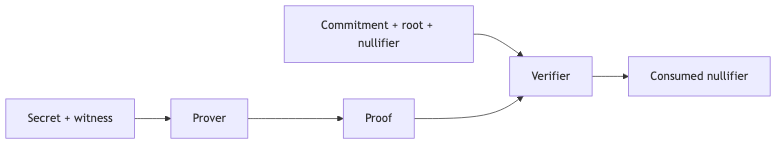
The Mermaid diagram notes/images/privacy-flow.png in corelia-academy/solana-bootcamp, before a commit. Its source is kept beside it as notes/images/privacy-flow.mmd. Its diagram source:
```mermaid
flowchart LR
  Secret[Secret + witness] --> Prover
  Prover --> Proof[Proof]
  Public[Commitment + root + nullifier] --> Verifier
  Proof --> Verifier
  Verifier --> Used[Consumed nullifier]
```
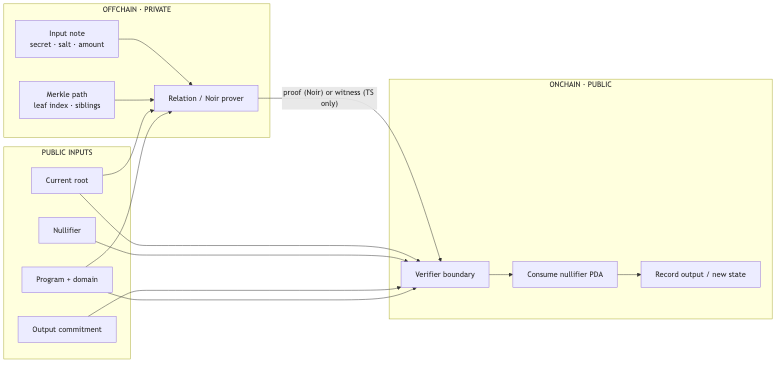
After the change.

The edit, as a diff of the source:
```diff
@@ -1,6 +1,30 @@
 flowchart LR
-  Secret[Secret + witness] --> Prover
-  Prover --> Proof[Proof]
-  Public[Commitment + root + nullifier] --> Verifier
-  Proof --> Verifier
-  Verifier --> Used[Consumed nullifier]
+  subgraph OFF["OFFCHAIN · PRIVATE"]
+    N["Input note<br/>secret · salt · amount"]
+    P["Merkle path<br/>leaf index · siblings"]
+    PROVER["Relation / Noir prover"]
+    N --> PROVER
+    P --> PROVER
+  end
+
+  subgraph PUBLIC["PUBLIC INPUTS"]
+    ROOT["Current root"]
+    NF["Nullifier"]
+    OUT["Output commitment"]
+    DOMAIN["Program + domain"]
+  end
+
+  subgraph CHAIN["ONCHAIN · PUBLIC"]
+    VERIFY["Verifier boundary"]
+    CONSUME["Consume nullifier PDA"]
+    STATE["Record output / new state"]
+  end
+
+  ROOT --> PROVER
+  DOMAIN --> PROVER
+  PROVER -->|"proof (Noir) or witness (TS only)"| VERIFY
+  ROOT --> VERIFY
+  NF --> VERIFY
+  OUT --> VERIFY
+  DOMAIN --> VERIFY
+  VERIFY --> CONSUME --> STATE
```
